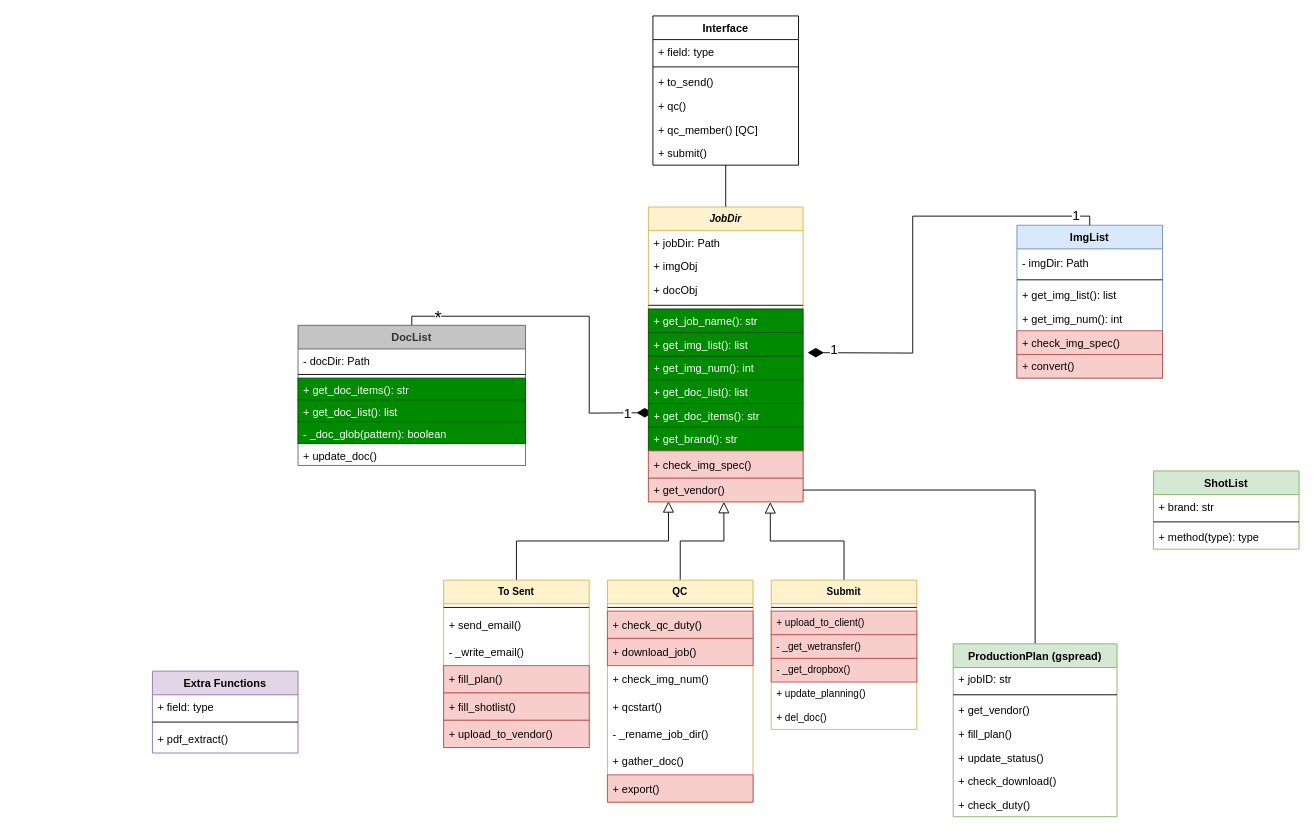
This is page "Class Diagram" (1 of 2) of python/IHS Class Diagram.drawio from pugtooone/IHS, a draw.io file, before an edit. Source tidied: cells renumbered, new cells numbered last; positions are measured from the earlier drawing's top-left corner, leaving out a move shared by most shapes. Both pictures are drawn from the tidied source at 91%, with x=0, y=0 at pixel (152, 15).
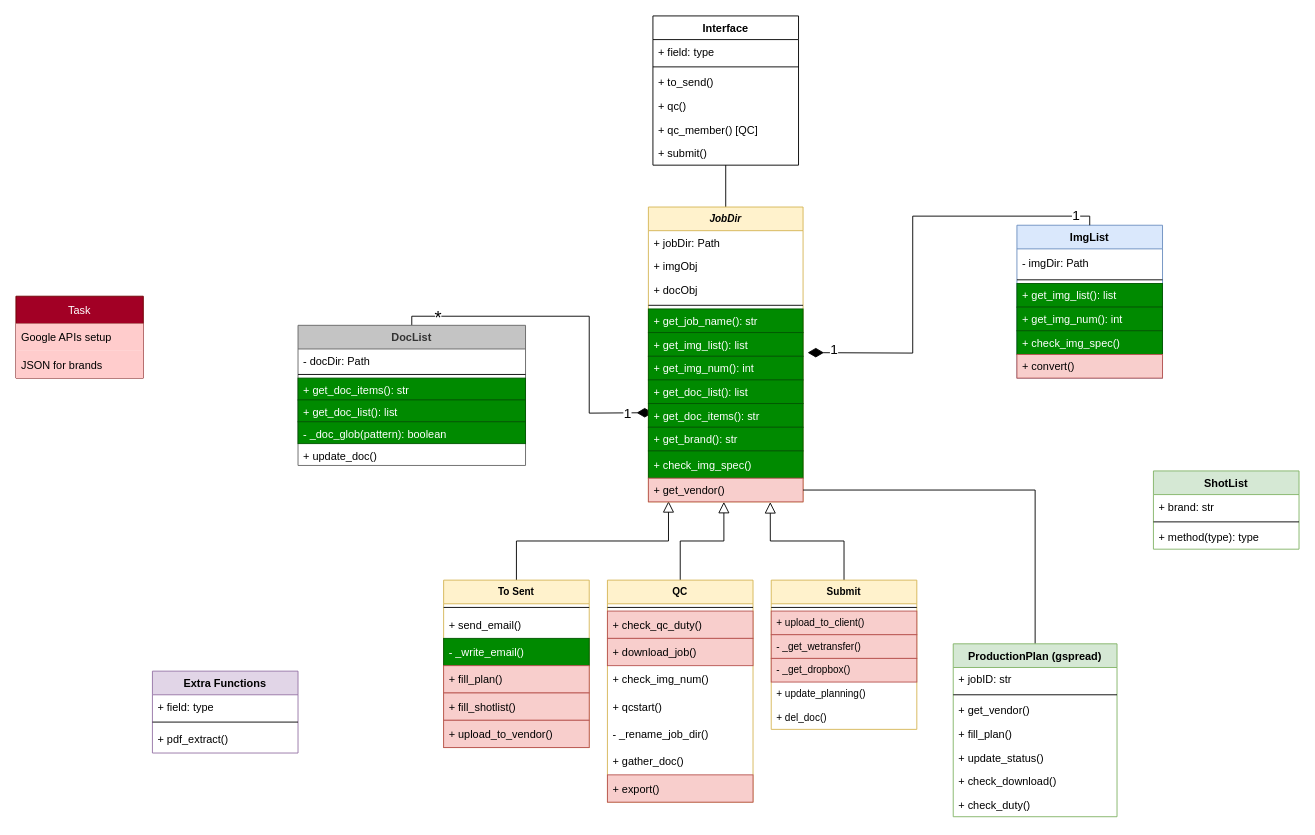
The same diagram, later.

Unchanged cells that the change refers to:
```xml
<mxCell id="12" value="ImgList" style="swimlane;fontStyle=1;align=center;verticalAlign=top;horizontal=1;startSize=26;fillColor=#dae8fc;strokeColor=#6c8ebf;" parent="1" vertex="1">
  <mxGeometry x="950" y="230" width="160" height="168" as="geometry" />
</mxCell>
<mxCell id="30" value="To Sent" style="swimlane;fontStyle=1;align=center;verticalAlign=top;horizontal=1;startSize=26;fontSize=11;fillColor=#fff2cc;strokeColor=#d6b656;" parent="1" vertex="1">
  <mxGeometry x="320" y="620" width="160" height="184" as="geometry" />
</mxCell>
<mxCell id="38" value="JobDir" style="swimlane;fontStyle=3;align=center;verticalAlign=top;horizontal=1;startSize=26;fontSize=11;fillColor=#fff2cc;strokeColor=#d6b656;" parent="1" vertex="1">
  <mxGeometry x="545" y="210" width="170" height="324" as="geometry" />
</mxCell>
```

Change to the diagram source:
```diff
@@
-    <mxCell id="15" value="+ get_img_list(): list" style="text;align=left;verticalAlign=top;spacingLeft=4;spacingRight=4;overflow=hidden;" parent="12" vertex="1">
+    <mxCell id="15" value="+ get_img_list(): list" style="text;align=left;verticalAlign=top;spacingLeft=4;spacingRight=4;overflow=hidden;fillColor=#008a00;fontColor=#ffffff;strokeColor=#005700;" parent="12" vertex="1">
       <mxGeometry y="64" width="160" height="26" as="geometry" />
     </mxCell>
-    <mxCell id="16" value="+ get_img_num(): int" style="text;align=left;verticalAlign=top;spacingLeft=4;spacingRight=4;overflow=hidden;" parent="12" vertex="1">
+    <mxCell id="16" value="+ get_img_num(): int" style="text;align=left;verticalAlign=top;spacingLeft=4;spacingRight=4;overflow=hidden;fillColor=#008a00;fontColor=#ffffff;strokeColor=#005700;" parent="12" vertex="1">
       <mxGeometry y="90" width="160" height="26" as="geometry" />
     </mxCell>
-    <mxCell id="17" value="+ check_img_spec()" style="text;strokeColor=#b85450;fillColor=#f8cecc;align=left;verticalAlign=top;spacingLeft=4;spacingRight=4;overflow=hidden;" parent="12" vertex="1">
+    <mxCell id="17" value="+ check_img_spec()" style="text;strokeColor=#005700;fillColor=#008a00;align=left;verticalAlign=top;spacingLeft=4;spacingRight=4;overflow=hidden;fontColor=#ffffff;" parent="12" vertex="1">
       <mxGeometry y="116" width="160" height="26" as="geometry" />
     </mxCell>
@@
-    <mxCell id="33" value="- _write_email()" style="text;strokeColor=none;fillColor=none;align=left;verticalAlign=middle;spacingLeft=4;spacingRight=4;overflow=hidden;" parent="30" vertex="1">
+    <mxCell id="33" value="- _write_email()" style="text;strokeColor=#005700;fillColor=#008a00;align=left;verticalAlign=middle;spacingLeft=4;spacingRight=4;overflow=hidden;fontColor=#ffffff;" parent="30" vertex="1">
       <mxGeometry y="64" width="160" height="30" as="geometry" />
     </mxCell>
@@
-    <mxCell id="49" value="+ check_img_spec()" style="text;strokeColor=#b85450;fillColor=#f8cecc;align=left;verticalAlign=middle;spacingLeft=4;spacingRight=4;overflow=hidden;" parent="38" vertex="1">
+    <mxCell id="49" value="+ check_img_spec()" style="text;strokeColor=#005700;fillColor=#008a00;align=left;verticalAlign=middle;spacingLeft=4;spacingRight=4;overflow=hidden;fontColor=#ffffff;" parent="38" vertex="1">
       <mxGeometry y="268" width="170" height="30" as="geometry" />
     </mxCell>
@@
+    <mxCell id="86" value="Task" style="swimlane;fontStyle=0;horizontal=1;startSize=30;fillColor=#a20025;fontColor=#ffffff;strokeColor=#6F0000;" parent="1" vertex="1">
+      <mxGeometry x="-150" y="308" width="140" height="90" as="geometry" />
+    </mxCell>
+    <mxCell id="87" value="Google APIs setup" style="text;strokeColor=none;fillColor=#FFCCCC;align=left;verticalAlign=middle;spacingLeft=4;spacingRight=4;overflow=hidden;" parent="86" vertex="1">
+      <mxGeometry y="30" width="140" height="30" as="geometry" />
+    </mxCell>
+    <mxCell id="88" value="JSON for brands" style="text;strokeColor=none;fillColor=#FFCCCC;align=left;verticalAlign=middle;spacingLeft=4;spacingRight=4;overflow=hidden;" parent="86" vertex="1">
+      <mxGeometry y="60" width="140" height="30" as="geometry" />
+    </mxCell>
```
